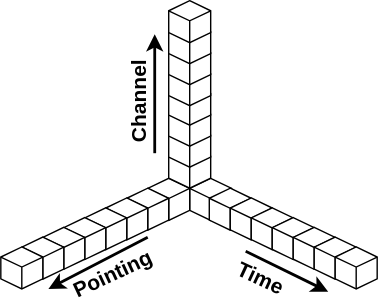
This is docs/diagram/tpc-3d.drawio.svg from kaichao/app-mwa, a draw.io export, as it was before one commit. Source tidied: cells renumbered, new cells last; positions are measured from the earlier drawing's top-left corner, leaving out a move shared by most shapes.
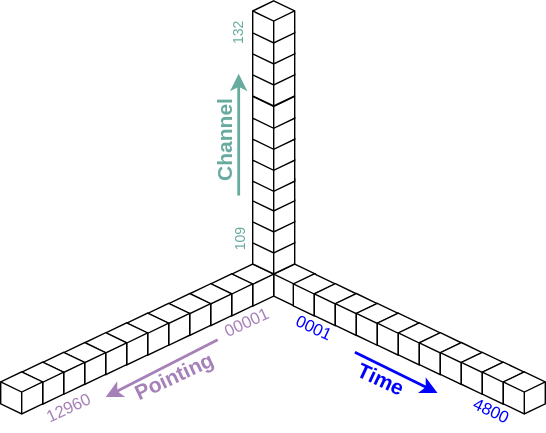
After the commit.

The edit, as a diff of the source:
```diff
@@ -2,104 +2,158 @@
   <root>
     <mxCell id="0" />
     <mxCell id="1" parent="0" />
-    <mxCell id="2" style="html=1;whiteSpace=wrap;shape=isoCube2;backgroundOutline=1;isoAngle=15;" parent="1" vertex="1">
-      <mxGeometry x="135" y="127" width="30" height="30" as="geometry" />
-    </mxCell>
-    <mxCell id="3" style="html=1;whiteSpace=wrap;shape=isoCube2;backgroundOutline=1;isoAngle=15;" parent="1" vertex="1">
-      <mxGeometry x="149" y="134" width="30" height="30" as="geometry" />
-    </mxCell>
-    <mxCell id="4" style="html=1;whiteSpace=wrap;shape=isoCube2;backgroundOutline=1;isoAngle=15;" parent="1" vertex="1">
-      <mxGeometry x="105" y="127" width="30" height="30" as="geometry" />
-    </mxCell>
-    <mxCell id="5" style="html=1;whiteSpace=wrap;shape=isoCube2;backgroundOutline=1;isoAngle=15;" parent="1" vertex="1">
-      <mxGeometry x="90" y="134" width="30" height="30" as="geometry" />
-    </mxCell>
-    <mxCell id="6" style="html=1;whiteSpace=wrap;shape=isoCube2;backgroundOutline=1;isoAngle=15;" parent="1" vertex="1">
-      <mxGeometry x="164" y="141" width="30" height="30" as="geometry" />
-    </mxCell>
-    <mxCell id="7" style="html=1;whiteSpace=wrap;shape=isoCube2;backgroundOutline=1;isoAngle=15;" parent="1" vertex="1">
-      <mxGeometry x="179" y="148" width="30" height="30" as="geometry" />
-    </mxCell>
-    <mxCell id="8" style="html=1;whiteSpace=wrap;shape=isoCube2;backgroundOutline=1;isoAngle=15;" parent="1" vertex="1">
-      <mxGeometry x="75" y="141" width="30" height="30" as="geometry" />
-    </mxCell>
-    <mxCell id="9" style="html=1;whiteSpace=wrap;shape=isoCube2;backgroundOutline=1;isoAngle=15;" parent="1" vertex="1">
-      <mxGeometry x="60" y="148" width="30" height="30" as="geometry" />
-    </mxCell>
-    <mxCell id="10" style="html=1;whiteSpace=wrap;shape=isoCube2;backgroundOutline=1;isoAngle=15;" parent="1" vertex="1">
-      <mxGeometry x="120" y="104" width="30" height="30" as="geometry" />
-    </mxCell>
-    <mxCell id="11" style="html=1;whiteSpace=wrap;shape=isoCube2;backgroundOutline=1;isoAngle=15;" parent="1" vertex="1">
-      <mxGeometry x="120" y="89" width="30" height="30" as="geometry" />
-    </mxCell>
-    <mxCell id="12" style="html=1;whiteSpace=wrap;shape=isoCube2;backgroundOutline=1;isoAngle=15;" parent="1" vertex="1">
-      <mxGeometry x="194" y="155" width="30" height="30" as="geometry" />
-    </mxCell>
-    <mxCell id="13" style="html=1;whiteSpace=wrap;shape=isoCube2;backgroundOutline=1;isoAngle=15;" parent="1" vertex="1">
-      <mxGeometry x="209" y="162" width="30" height="30" as="geometry" />
-    </mxCell>
-    <mxCell id="14" style="html=1;whiteSpace=wrap;shape=isoCube2;backgroundOutline=1;isoAngle=15;" parent="1" vertex="1">
-      <mxGeometry x="45" y="155" width="30" height="30" as="geometry" />
-    </mxCell>
-    <mxCell id="15" style="html=1;whiteSpace=wrap;shape=isoCube2;backgroundOutline=1;isoAngle=15;" parent="1" vertex="1">
-      <mxGeometry x="30" y="162" width="30" height="30" as="geometry" />
-    </mxCell>
-    <mxCell id="16" style="html=1;whiteSpace=wrap;shape=isoCube2;backgroundOutline=1;isoAngle=15;" parent="1" vertex="1">
-      <mxGeometry x="120" y="74" width="30" height="30" as="geometry" />
-    </mxCell>
-    <mxCell id="17" style="html=1;whiteSpace=wrap;shape=isoCube2;backgroundOutline=1;isoAngle=15;" parent="1" vertex="1">
-      <mxGeometry x="120" y="59" width="30" height="30" as="geometry" />
-    </mxCell>
-    <mxCell id="18" style="html=1;whiteSpace=wrap;shape=isoCube2;backgroundOutline=1;isoAngle=15;" parent="1" vertex="1">
-      <mxGeometry x="120" y="45" width="30" height="30" as="geometry" />
-    </mxCell>
-    <mxCell id="19" style="html=1;whiteSpace=wrap;shape=isoCube2;backgroundOutline=1;isoAngle=15;" parent="1" vertex="1">
-      <mxGeometry x="120" y="30" width="30" height="30" as="geometry" />
-    </mxCell>
-    <mxCell id="20" style="endArrow=classic;html=1;rounded=0;strokeWidth=2;" parent="1" edge="1">
-      <mxGeometry relative="1" as="geometry">
-        <mxPoint x="175" y="179" as="sourcePoint" />
-        <mxPoint x="234" y="208" as="targetPoint" />
-      </mxGeometry>
-    </mxCell>
-    <mxCell id="21" style="endArrow=classic;html=1;rounded=0;strokeWidth=2;" parent="1" edge="1">
-      <mxGeometry relative="1" as="geometry">
-        <mxPoint x="105" y="169" as="sourcePoint" />
-        <mxPoint x="34" y="206" as="targetPoint" />
-      </mxGeometry>
-    </mxCell>
+    <mxCell id="31" style="html=1;whiteSpace=wrap;shape=isoCube2;backgroundOutline=1;isoAngle=15;" parent="1" vertex="1">
+      <mxGeometry x="301" y="177" width="30" height="30" as="geometry" />
+    </mxCell>
+    <mxCell id="32" style="html=1;whiteSpace=wrap;shape=isoCube2;backgroundOutline=1;isoAngle=15;" parent="1" vertex="1">
+      <mxGeometry x="315" y="184" width="30" height="30" as="geometry" />
+    </mxCell>
+    <mxCell id="33" style="html=1;whiteSpace=wrap;shape=isoCube2;backgroundOutline=1;isoAngle=15;" parent="1" vertex="1">
+      <mxGeometry x="271" y="177" width="30" height="30" as="geometry" />
+    </mxCell>
+    <mxCell id="34" style="html=1;whiteSpace=wrap;shape=isoCube2;backgroundOutline=1;isoAngle=15;" parent="1" vertex="1">
+      <mxGeometry x="256" y="184" width="30" height="30" as="geometry" />
+    </mxCell>
+    <mxCell id="35" style="html=1;whiteSpace=wrap;shape=isoCube2;backgroundOutline=1;isoAngle=15;" parent="1" vertex="1">
+      <mxGeometry x="330" y="191" width="30" height="30" as="geometry" />
+    </mxCell>
+    <mxCell id="36" style="html=1;whiteSpace=wrap;shape=isoCube2;backgroundOutline=1;isoAngle=15;" parent="1" vertex="1">
+      <mxGeometry x="345" y="198" width="30" height="30" as="geometry" />
+    </mxCell>
+    <mxCell id="37" style="html=1;whiteSpace=wrap;shape=isoCube2;backgroundOutline=1;isoAngle=15;" parent="1" vertex="1">
+      <mxGeometry x="241" y="191" width="30" height="30" as="geometry" />
+    </mxCell>
+    <mxCell id="38" style="html=1;whiteSpace=wrap;shape=isoCube2;backgroundOutline=1;isoAngle=15;" parent="1" vertex="1">
+      <mxGeometry x="226" y="198" width="30" height="30" as="geometry" />
+    </mxCell>
+    <mxCell id="39" style="html=1;whiteSpace=wrap;shape=isoCube2;backgroundOutline=1;isoAngle=15;" parent="1" vertex="1">
+      <mxGeometry x="286" y="154" width="30" height="30" as="geometry" />
+    </mxCell>
+    <mxCell id="40" style="html=1;whiteSpace=wrap;shape=isoCube2;backgroundOutline=1;isoAngle=15;" parent="1" vertex="1">
+      <mxGeometry x="286" y="139" width="30" height="30" as="geometry" />
+    </mxCell>
+    <mxCell id="41" style="html=1;whiteSpace=wrap;shape=isoCube2;backgroundOutline=1;isoAngle=15;" parent="1" vertex="1">
+      <mxGeometry x="360" y="205" width="30" height="30" as="geometry" />
+    </mxCell>
+    <mxCell id="42" style="html=1;whiteSpace=wrap;shape=isoCube2;backgroundOutline=1;isoAngle=15;" parent="1" vertex="1">
+      <mxGeometry x="375" y="212" width="30" height="30" as="geometry" />
+    </mxCell>
+    <mxCell id="43" style="html=1;whiteSpace=wrap;shape=isoCube2;backgroundOutline=1;isoAngle=15;" parent="1" vertex="1">
+      <mxGeometry x="211" y="205" width="30" height="30" as="geometry" />
+    </mxCell>
+    <mxCell id="44" style="html=1;whiteSpace=wrap;shape=isoCube2;backgroundOutline=1;isoAngle=15;" parent="1" vertex="1">
+      <mxGeometry x="196" y="212" width="30" height="30" as="geometry" />
+    </mxCell>
+    <mxCell id="45" style="html=1;whiteSpace=wrap;shape=isoCube2;backgroundOutline=1;isoAngle=15;" parent="1" vertex="1">
+      <mxGeometry x="286" y="124" width="30" height="30" as="geometry" />
+    </mxCell>
+    <mxCell id="46" style="html=1;whiteSpace=wrap;shape=isoCube2;backgroundOutline=1;isoAngle=15;" parent="1" vertex="1">
+      <mxGeometry x="286" y="109" width="30" height="30" as="geometry" />
+    </mxCell>
+    <mxCell id="47" style="html=1;whiteSpace=wrap;shape=isoCube2;backgroundOutline=1;isoAngle=15;" parent="1" vertex="1">
+      <mxGeometry x="286" y="95" width="30" height="30" as="geometry" />
+    </mxCell>
+    <mxCell id="48" style="html=1;whiteSpace=wrap;shape=isoCube2;backgroundOutline=1;isoAngle=15;" parent="1" vertex="1">
+      <mxGeometry x="286" y="80" width="30" height="30" as="geometry" />
+    </mxCell>
+    <mxCell id="49" style="endArrow=classic;html=1;rounded=0;strokeWidth=2;strokeColor=#0000FF;" parent="1" edge="1">
+      <mxGeometry relative="1" as="geometry">
+        <mxPoint x="359" y="240" as="sourcePoint" />
+        <mxPoint x="418" y="269" as="targetPoint" />
+      </mxGeometry>
+    </mxCell>
+    <mxCell id="50" style="endArrow=classic;html=1;rounded=0;strokeWidth=2;fontColor=#A680B8;strokeColor=#A680B8;" parent="1" edge="1">
+      <mxGeometry relative="1" as="geometry">
+        <mxPoint x="261" y="231" as="sourcePoint" />
+        <mxPoint x="181" y="272" as="targetPoint" />
+      </mxGeometry>
+    </mxCell>
-    <mxCell id="22" value="&lt;font style=&quot;font-size: 15px;&quot;&gt;&lt;b&gt;Time&lt;/b&gt;&lt;/font&gt;" style="text;html=1;strokeColor=none;fillColor=none;align=center;verticalAlign=middle;whiteSpace=wrap;rounded=0;rotation=25;" parent="1" vertex="1">
-      <mxGeometry x="166" y="190" width="41" height="15" as="geometry" />
+    <mxCell id="22" value="&lt;font style=&quot;font-size: 15px;&quot;&gt;&lt;b&gt;Time&lt;/b&gt;&lt;/font&gt;" style="text;html=1;strokeColor=none;fillColor=none;align=center;verticalAlign=middle;whiteSpace=wrap;rounded=0;rotation=25;fontColor=#0000FF;" parent="1" vertex="1">
+      <mxGeometry x="358" y="251" width="41" height="15" as="geometry" />
     </mxCell>
-    <mxCell id="23" value="&lt;font size=&quot;1&quot; style=&quot;&quot;&gt;&lt;b style=&quot;font-size: 15px;&quot;&gt;Pointing&lt;/b&gt;&lt;/font&gt;" style="text;html=1;strokeColor=none;fillColor=none;align=center;verticalAlign=middle;whiteSpace=wrap;rounded=0;rotation=-25;" parent="1" vertex="1">
-      <mxGeometry x="55.5" y="183.7" width="48" height="22.5" as="geometry" />
+    <mxCell id="23" value="&lt;font style=&quot;&quot; size=&quot;1&quot;&gt;&lt;b style=&quot;font-size: 15px;&quot;&gt;Pointing&lt;/b&gt;&lt;/font&gt;" style="text;html=1;strokeColor=none;fillColor=none;align=center;verticalAlign=middle;whiteSpace=wrap;rounded=0;rotation=-25;fontColor=#A680B8;" parent="1" vertex="1">
+      <mxGeometry x="205.5" y="245.7" width="48" height="22.5" as="geometry" />
     </mxCell>
-    <mxCell id="24" value="&lt;font size=&quot;1&quot; style=&quot;&quot;&gt;&lt;b style=&quot;font-size: 15px;&quot;&gt;Channel&lt;/b&gt;&lt;/font&gt;" style="text;html=1;strokeColor=none;fillColor=none;align=center;verticalAlign=middle;whiteSpace=wrap;rounded=0;rotation=-90;" parent="1" vertex="1">
-      <mxGeometry x="73" y="62" width="50" height="20" as="geometry" />
+    <mxCell id="24" value="&lt;font style=&quot;&quot; size=&quot;1&quot;&gt;&lt;span style=&quot;font-size: 15px;&quot;&gt;&lt;b&gt;Channel&lt;/b&gt;&lt;/span&gt;&lt;/font&gt;" style="text;html=1;strokeColor=none;fillColor=none;align=center;verticalAlign=middle;whiteSpace=wrap;rounded=0;rotation=-90;fontColor=#67AB9F;" parent="1" vertex="1">
+      <mxGeometry x="232.5" y="79.5" width="66" height="19" as="geometry" />
     </mxCell>
-    <mxCell id="25" style="endArrow=classic;html=1;rounded=0;strokeWidth=2;" parent="1" edge="1">
-      <mxGeometry relative="1" as="geometry">
-        <mxPoint x="110" y="109" as="sourcePoint" />
-        <mxPoint x="110" y="24" as="targetPoint" />
-      </mxGeometry>
-    </mxCell>
-    <mxCell id="26" style="html=1;whiteSpace=wrap;shape=isoCube2;backgroundOutline=1;isoAngle=15;" parent="1" vertex="1">
-      <mxGeometry x="224" y="169" width="30" height="30" as="geometry" />
-    </mxCell>
-    <mxCell id="27" style="html=1;whiteSpace=wrap;shape=isoCube2;backgroundOutline=1;isoAngle=15;" parent="1" vertex="1">
-      <mxGeometry x="239" y="176" width="30" height="30" as="geometry" />
-    </mxCell>
-    <mxCell id="28" style="html=1;whiteSpace=wrap;shape=isoCube2;backgroundOutline=1;isoAngle=15;" parent="1" vertex="1">
-      <mxGeometry x="15" y="169" width="30" height="30" as="geometry" />
-    </mxCell>
-    <mxCell id="29" style="html=1;whiteSpace=wrap;shape=isoCube2;backgroundOutline=1;isoAngle=15;" parent="1" vertex="1">
-      <mxGeometry y="176" width="30" height="30" as="geometry" />
-    </mxCell>
-    <mxCell id="30" style="html=1;whiteSpace=wrap;shape=isoCube2;backgroundOutline=1;isoAngle=15;" parent="1" vertex="1">
-      <mxGeometry x="120" y="15" width="30" height="30" as="geometry" />
-    </mxCell>
-    <mxCell id="31" style="html=1;whiteSpace=wrap;shape=isoCube2;backgroundOutline=1;isoAngle=15;" parent="1" vertex="1">
-      <mxGeometry x="120" width="30" height="30" as="geometry" />
-    </mxCell>
+    <mxCell id="51" style="endArrow=classic;html=1;rounded=0;strokeWidth=2;strokeColor=#67AB9F;" parent="1" edge="1">
+      <mxGeometry relative="1" as="geometry">
+        <mxPoint x="276" y="128" as="sourcePoint" />
+        <mxPoint x="276" y="41" as="targetPoint" />
+      </mxGeometry>
+    </mxCell>
+    <mxCell id="52" style="html=1;whiteSpace=wrap;shape=isoCube2;backgroundOutline=1;isoAngle=15;" parent="1" vertex="1">
+      <mxGeometry x="390" y="219" width="30" height="30" as="geometry" />
+    </mxCell>
+    <mxCell id="53" style="html=1;whiteSpace=wrap;shape=isoCube2;backgroundOutline=1;isoAngle=15;" parent="1" vertex="1">
+      <mxGeometry x="405" y="226" width="30" height="30" as="geometry" />
+    </mxCell>
+    <mxCell id="54" style="html=1;whiteSpace=wrap;shape=isoCube2;backgroundOutline=1;isoAngle=15;" parent="1" vertex="1">
+      <mxGeometry x="181" y="219" width="30" height="30" as="geometry" />
+    </mxCell>
+    <mxCell id="55" style="html=1;whiteSpace=wrap;shape=isoCube2;backgroundOutline=1;isoAngle=15;" parent="1" vertex="1">
+      <mxGeometry x="166" y="226" width="30" height="30" as="geometry" />
+    </mxCell>
+    <mxCell id="56" style="html=1;whiteSpace=wrap;shape=isoCube2;backgroundOutline=1;isoAngle=15;" parent="1" vertex="1">
+      <mxGeometry x="286" y="65" width="30" height="30" as="geometry" />
+    </mxCell>
+    <mxCell id="57" style="html=1;whiteSpace=wrap;shape=isoCube2;backgroundOutline=1;isoAngle=15;" parent="1" vertex="1">
+      <mxGeometry x="286" y="50" width="30" height="30" as="geometry" />
+    </mxCell>
+    <mxCell id="58" style="html=1;whiteSpace=wrap;shape=isoCube2;backgroundOutline=1;isoAngle=15;" parent="1" vertex="1">
+      <mxGeometry x="286" y="34" width="30" height="30" as="geometry" />
+    </mxCell>
+    <mxCell id="59" style="html=1;whiteSpace=wrap;shape=isoCube2;backgroundOutline=1;isoAngle=15;" parent="1" vertex="1">
+      <mxGeometry x="286" y="19" width="30" height="30" as="geometry" />
+    </mxCell>
+    <mxCell id="60" style="html=1;whiteSpace=wrap;shape=isoCube2;backgroundOutline=1;isoAngle=15;" parent="1" vertex="1">
+      <mxGeometry x="286" y="4" width="30" height="30" as="geometry" />
+    </mxCell>
+    <mxCell id="61" style="html=1;whiteSpace=wrap;shape=isoCube2;backgroundOutline=1;isoAngle=15;" parent="1" vertex="1">
+      <mxGeometry x="286" y="-11" width="30" height="30" as="geometry" />
+    </mxCell>
+    <mxCell id="62" style="html=1;whiteSpace=wrap;shape=isoCube2;backgroundOutline=1;isoAngle=15;" parent="1" vertex="1">
+      <mxGeometry x="420" y="233" width="30" height="30" as="geometry" />
+    </mxCell>
+    <mxCell id="63" style="html=1;whiteSpace=wrap;shape=isoCube2;backgroundOutline=1;isoAngle=15;" parent="1" vertex="1">
+      <mxGeometry x="435" y="240" width="30" height="30" as="geometry" />
+    </mxCell>
+    <mxCell id="64" style="html=1;whiteSpace=wrap;shape=isoCube2;backgroundOutline=1;isoAngle=15;" parent="1" vertex="1">
+      <mxGeometry x="450" y="247" width="30" height="30" as="geometry" />
+    </mxCell>
+    <mxCell id="65" style="html=1;whiteSpace=wrap;shape=isoCube2;backgroundOutline=1;isoAngle=15;" parent="1" vertex="1">
+      <mxGeometry x="465" y="254" width="30" height="30" as="geometry" />
+    </mxCell>
+    <mxCell id="66" style="html=1;whiteSpace=wrap;shape=isoCube2;backgroundOutline=1;isoAngle=15;" parent="1" vertex="1">
+      <mxGeometry x="151" y="233" width="30" height="30" as="geometry" />
+    </mxCell>
+    <mxCell id="67" style="html=1;whiteSpace=wrap;shape=isoCube2;backgroundOutline=1;isoAngle=15;" parent="1" vertex="1">
+      <mxGeometry x="136" y="240" width="30" height="30" as="geometry" />
+    </mxCell>
+    <mxCell id="68" style="html=1;whiteSpace=wrap;shape=isoCube2;backgroundOutline=1;isoAngle=15;" parent="1" vertex="1">
+      <mxGeometry x="121" y="247" width="30" height="30" as="geometry" />
+    </mxCell>
+    <mxCell id="69" style="html=1;whiteSpace=wrap;shape=isoCube2;backgroundOutline=1;isoAngle=15;" parent="1" vertex="1">
+      <mxGeometry x="106" y="254" width="30" height="30" as="geometry" />
+    </mxCell>
+    <mxCell id="70" value="&lt;font style=&quot;&quot; size=&quot;1&quot;&gt;109&lt;br&gt;&lt;/font&gt;" style="text;html=1;strokeColor=none;fillColor=none;align=center;verticalAlign=middle;whiteSpace=wrap;rounded=0;rotation=-90;fontColor=#67AB9F;" parent="1" vertex="1">
+      <mxGeometry x="264.5" y="151.8" width="25.5" height="16.5" as="geometry" />
+    </mxCell>
+    <mxCell id="71" value="&lt;font style=&quot;&quot; size=&quot;1&quot;&gt;132&lt;br&gt;&lt;/font&gt;" style="text;html=1;strokeColor=none;fillColor=none;align=center;verticalAlign=middle;whiteSpace=wrap;rounded=0;rotation=-90;fontColor=#67AB9F;" parent="1" vertex="1">
+      <mxGeometry x="262.5" y="4.5" width="25.5" height="16.5" as="geometry" />
+    </mxCell>
+    <mxCell id="72" value="&lt;font style=&quot;&quot;&gt;&lt;font style=&quot;font-size: 12px;&quot;&gt;0001&lt;/font&gt;&lt;br&gt;&lt;/font&gt;" style="text;html=1;strokeColor=none;fillColor=none;align=center;verticalAlign=middle;whiteSpace=wrap;rounded=0;rotation=25;fontColor=#0000FF;" parent="1" vertex="1">
+      <mxGeometry x="317.2" y="215.7" width="25.5" height="15" as="geometry" />
+    </mxCell>
+    <mxCell id="73" value="&lt;font style=&quot;&quot;&gt;&lt;font style=&quot;font-size: 12px;&quot;&gt;4800&lt;/font&gt;&lt;br&gt;&lt;/font&gt;" style="text;html=1;strokeColor=none;fillColor=none;align=center;verticalAlign=middle;whiteSpace=wrap;rounded=0;rotation=25;fontColor=#0000FF;" parent="1" vertex="1">
+      <mxGeometry x="443.5" y="274" width="25.5" height="15" as="geometry" />
+    </mxCell>
+    <mxCell id="74" value="&lt;font style=&quot;font-size: 12px;&quot;&gt;00001&lt;/font&gt;" style="text;html=1;strokeColor=none;fillColor=none;align=center;verticalAlign=middle;whiteSpace=wrap;rounded=0;rotation=-25;fontColor=#A680B8;" parent="1" vertex="1">
+      <mxGeometry x="269.5" y="207.5" width="25.5" height="22.5" as="geometry" />
+    </mxCell>
+    <mxCell id="75" value="&lt;font style=&quot;font-size: 12px;&quot;&gt;12960&lt;/font&gt;" style="text;html=1;strokeColor=none;fillColor=none;align=center;verticalAlign=middle;whiteSpace=wrap;rounded=0;rotation=-25;fontColor=#A680B8;" parent="1" vertex="1">
+      <mxGeometry x="142.5" y="269" width="25.5" height="22.5" as="geometry" />
+    </mxCell>
   </root>
 </mxGraphModel>
```
